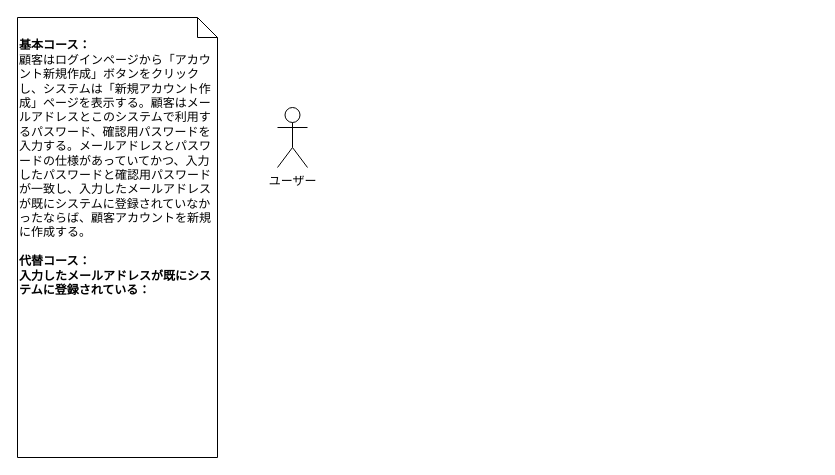
This is architecture/robastness/新しい顧客アカウントを作成する.drawio from rinotc/practice_iconix, a draw.io file, before an edit. Source tidied: cells renumbered, new cells numbered last; positions are measured from the earlier drawing's top-left corner, leaving out a move shared by most shapes. Both pictures are drawn from the tidied source at 100%, with x=0, y=0 at pixel (17, 17).
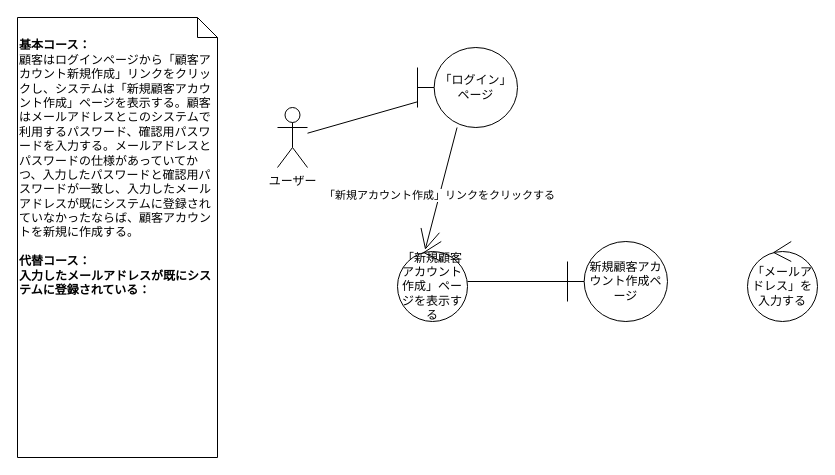
After the change.

Commit message:
Update 新しい顧客アカウントを作成する.drawio

What changed in the source:
```diff
@@
 <mxGraphModel>
   <root>
     <mxCell id="0" />
     <mxCell id="1" parent="0" />
+    <mxCell id="4" style="rounded=0;jettySize=auto;html=1;endArrow=none;endFill=0;" parent="1" edge="1" source="2" target="7">
+      <mxGeometry relative="1" as="geometry" />
+    </mxCell>
     <mxCell id="2" value="ユーザー" style="shape=umlActor;verticalLabelPosition=bottom;verticalAlign=top;html=1;" parent="1" vertex="1">
       <mxGeometry x="260" y="90" width="30" height="60" as="geometry" />
     </mxCell>
-    <mxCell id="3" value="&lt;br&gt;&lt;b&gt;基本コース：&lt;br&gt;&lt;/b&gt;顧客はログインページから「アカウント新規作成」ボタンをクリックし、システムは「新規アカウント作成」ページを表示する。顧客はメールアドレスとこのシステムで利用するパスワード、確認用パスワードを入力する。メールアドレスとパスワードの仕様があっていてかつ、入力したパスワードと確認用パスワードが一致し、入力したメールアドレスが既にシステムに登録されていなかったならば、顧客アカウントを新規に作成する。&lt;br&gt;&lt;br&gt;&lt;b&gt;代替コース：&lt;/b&gt;&lt;br&gt;&lt;b&gt;入力したメールアドレスが既にシステムに登録されている：&lt;/b&gt;&lt;br&gt;" style="shape=note;size=20;whiteSpace=wrap;html=1;align=left;verticalAlign=top;" parent="1" vertex="1">
+    <mxCell id="3" value="&lt;br&gt;&lt;b&gt;基本コース：&lt;br&gt;&lt;/b&gt;顧客はログインページから「顧客アカウント新規作成」リンクをクリックし、システムは「新規顧客アカウント作成」ページを表示する。顧客はメールアドレスとこのシステムで利用するパスワード、確認用パスワードを入力する。メールアドレスとパスワードの仕様があっていてかつ、入力したパスワードと確認用パスワードが一致し、入力したメールアドレスが既にシステムに登録されていなかったならば、顧客アカウントを新規に作成する。&lt;br&gt;&lt;br&gt;&lt;b&gt;代替コース：&lt;/b&gt;&lt;br&gt;&lt;b&gt;入力したメールアドレスが既にシステムに登録されている：&lt;/b&gt;" style="shape=note;size=20;whiteSpace=wrap;html=1;align=left;verticalAlign=top;" parent="1" vertex="1">
       <mxGeometry width="200" height="440" as="geometry" />
     </mxCell>
+    <mxCell id="5" style="edgeStyle=none;rounded=0;jettySize=auto;html=1;endArrow=open;endFill=0;endSize=18;entryX=0.395;entryY=0.104;entryDx=0;entryDy=0;entryPerimeter=0;" parent="1" edge="1" source="7" target="10">
+      <mxGeometry relative="1" as="geometry" />
+    </mxCell>
+    <mxCell id="6" value="「新規アカウント作成」リンクをクリックする" style="edgeLabel;html=1;align=center;verticalAlign=middle;" parent="5" vertex="1">
+      <mxGeometry x="0.11" relative="1" as="geometry" />
+    </mxCell>
+    <mxCell id="7" value="「ログイン」ページ" style="shape=umlBoundary;whiteSpace=wrap;html=1;" parent="1" vertex="1">
+      <mxGeometry x="400" y="30" width="100" height="80" as="geometry" />
+    </mxCell>
+    <mxCell id="8" value="新規顧客アカウント作成ページ" style="shape=umlBoundary;whiteSpace=wrap;html=1;" parent="1" vertex="1">
+      <mxGeometry x="550" y="224" width="100" height="80" as="geometry" />
+    </mxCell>
+    <mxCell id="9" style="edgeStyle=none;rounded=0;jettySize=auto;html=1;endArrow=none;endFill=0;endSize=18;" parent="1" edge="1" source="10" target="8">
+      <mxGeometry relative="1" as="geometry" />
+    </mxCell>
+    <mxCell id="10" value="「新規顧客アカウント作成」ページを表示する" style="ellipse;shape=umlControl;whiteSpace=wrap;html=1;" parent="1" vertex="1">
+      <mxGeometry x="380" y="224" width="70" height="80" as="geometry" />
+    </mxCell>
+    <mxCell id="11" value="「メールアドレス」を入力する" style="ellipse;shape=umlControl;whiteSpace=wrap;html=1;" parent="1" vertex="1">
+      <mxGeometry x="730" y="224" width="70" height="80" as="geometry" />
+    </mxCell>
   </root>
 </mxGraphModel>
```
